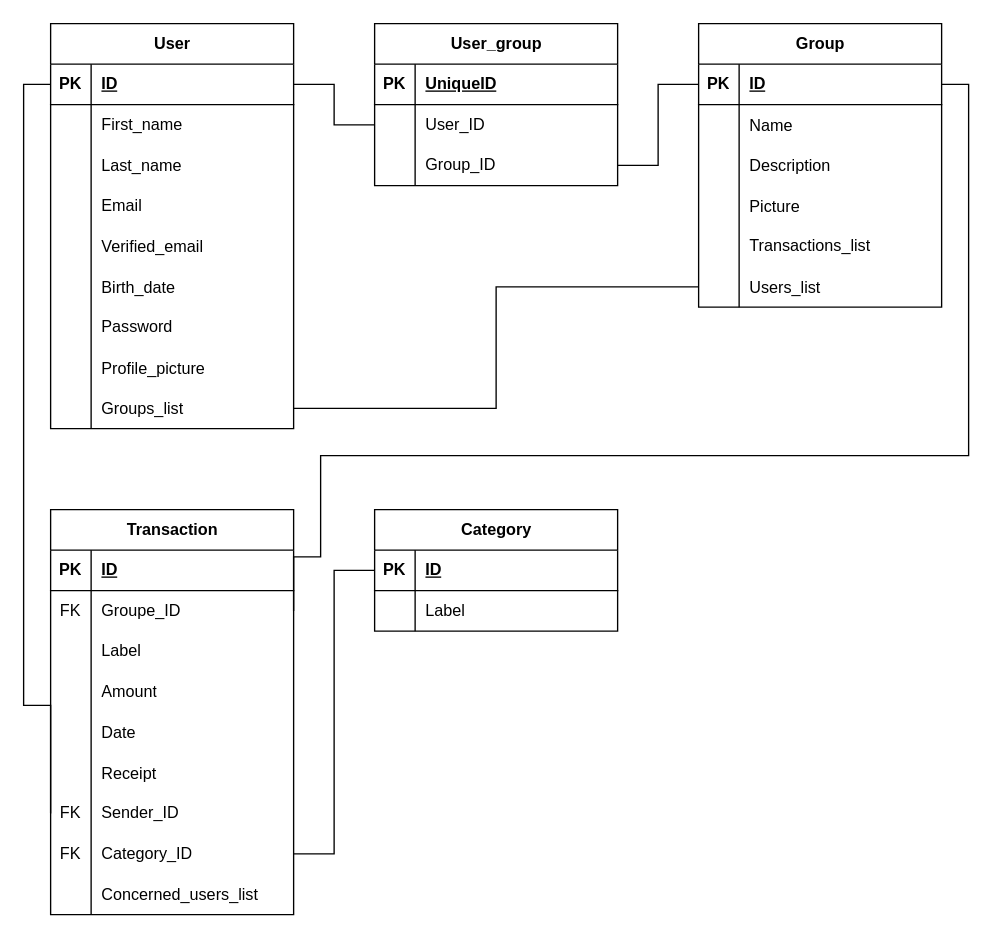
Earlier version of the draw.io diagram Non Code/Diagramme_BDD.drawio (Titan327/3PROJ). Source tidied: cells renumbered, new cells numbered last; positions are measured from the earlier drawing's top-left corner, leaving out a move shared by most shapes. Both pictures are drawn from the tidied source at 135%, with x=0, y=0 at pixel (23, 23).
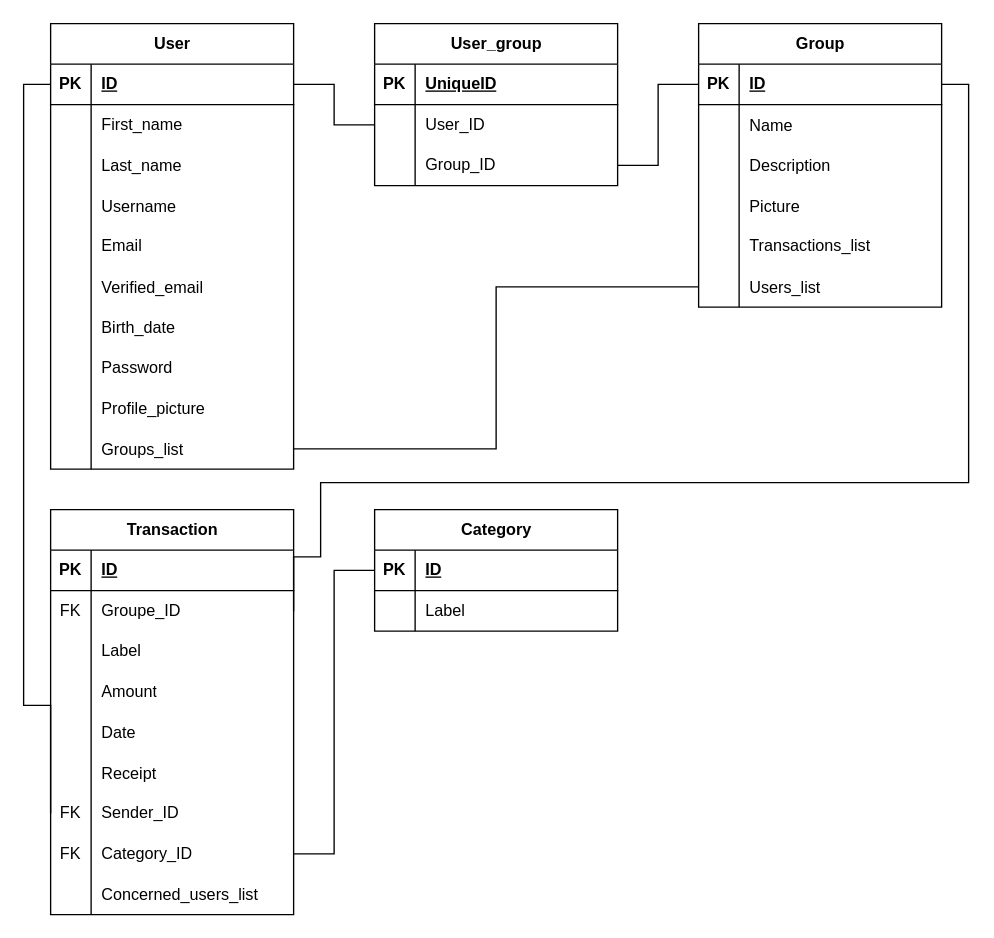
The same diagram, later.

Unchanged cells that the change refers to:
```xml
<mxCell id="31" style="shape=tableRow;horizontal=0;startSize=0;swimlaneHead=0;swimlaneBody=0;fillColor=none;points=[[0,0.5],[1,0.5]];portConstraint=eastwest;top=0;left=0;right=0;bottom=1;" parent="30" vertex="1">
  <mxGeometry y="30" width="180" height="30" as="geometry" />
</mxCell>
<mxCell id="53" style="shape=tableRow;horizontal=0;startSize=0;swimlaneHead=0;swimlaneBody=0;fillColor=none;points=[[0,0.5],[1,0.5]];portConstraint=eastwest;top=0;left=0;right=0;bottom=0;" parent="49" vertex="1">
  <mxGeometry y="60" width="180" height="30" as="geometry" />
</mxCell>
```

The edit, as a diff of the source:
```diff
@@
     <mxCell id="2" value="User" style="shape=table;startSize=30;childLayout=tableLayout;rowLines=0;fontStyle=1;align=center;html=1;" parent="1" vertex="1">
-      <mxGeometry x="20" width="180" height="300" as="geometry" />
+      <mxGeometry x="20" width="180" height="330" as="geometry" />
     </mxCell>
@@
+    <mxCell id="100" style="shape=tableRow;horizontal=0;startSize=0;swimlaneHead=0;swimlaneBody=0;fillColor=none;top=0;left=0;right=0;bottom=0;" parent="2" vertex="1">
+      <mxGeometry y="120" width="180" height="30" as="geometry" />
+    </mxCell>
+    <mxCell id="101" style="shape=partialRectangle;fillColor=none;top=0;left=0;bottom=0;right=0;overflow=hidden;" parent="100" vertex="1">
+      <mxGeometry width="30" height="30" as="geometry" />
+    </mxCell>
+    <mxCell id="102" value="Username" style="shape=partialRectangle;fillColor=none;top=0;left=0;bottom=0;right=0;align=left;spacingLeft=6;overflow=hidden;" parent="100" vertex="1">
+      <mxGeometry x="30" width="150" height="30" as="geometry" />
+    </mxCell>
     <mxCell id="12" style="shape=tableRow;horizontal=0;startSize=0;swimlaneHead=0;swimlaneBody=0;fillColor=none;top=0;left=0;right=0;bottom=0;" parent="2" vertex="1">
-      <mxGeometry y="120" width="180" height="30" as="geometry" />
+      <mxGeometry y="150" width="180" height="30" as="geometry" />
     </mxCell>
@@
     <mxCell id="15" style="shape=tableRow;horizontal=0;startSize=0;swimlaneHead=0;swimlaneBody=0;fillColor=none;top=0;left=0;right=0;bottom=0;" parent="2" vertex="1">
-      <mxGeometry y="150" width="180" height="30" as="geometry" />
+      <mxGeometry y="180" width="180" height="30" as="geometry" />
     </mxCell>
@@
     <mxCell id="18" style="shape=tableRow;horizontal=0;startSize=0;swimlaneHead=0;swimlaneBody=0;fillColor=none;top=0;left=0;right=0;bottom=0;" parent="2" vertex="1">
-      <mxGeometry y="180" width="180" height="30" as="geometry" />
+      <mxGeometry y="210" width="180" height="30" as="geometry" />
     </mxCell>
@@
     <mxCell id="21" style="shape=tableRow;horizontal=0;startSize=0;swimlaneHead=0;swimlaneBody=0;fillColor=none;top=0;left=0;right=0;bottom=0;" parent="2" vertex="1">
-      <mxGeometry y="210" width="180" height="30" as="geometry" />
+      <mxGeometry y="240" width="180" height="30" as="geometry" />
     </mxCell>
@@
     <mxCell id="24" style="shape=tableRow;horizontal=0;startSize=0;swimlaneHead=0;swimlaneBody=0;fillColor=none;top=0;left=0;right=0;bottom=0;" parent="2" vertex="1">
-      <mxGeometry y="240" width="180" height="30" as="geometry" />
+      <mxGeometry y="270" width="180" height="30" as="geometry" />
     </mxCell>
@@
     <mxCell id="27" style="shape=tableRow;horizontal=0;startSize=0;swimlaneHead=0;swimlaneBody=0;fillColor=none;points=[[0,0.5],[1,0.5]];portConstraint=eastwest;top=0;left=0;right=0;bottom=0;" parent="2" vertex="1">
-      <mxGeometry y="270" width="180" height="30" as="geometry" />
+      <mxGeometry y="300" width="180" height="30" as="geometry" />
     </mxCell>
@@
     <mxCell id="99" style="endArrow=none;html=1;rounded=0;exitX=1;exitY=0.5;exitDx=0;exitDy=0;entryX=1;entryY=0.5;entryDx=0;entryDy=0;edgeStyle=orthogonalEdgeStyle;" parent="1" edge="1" source="53" target="31">
       <mxGeometry relative="1" as="geometry">
         <Array as="points">
           <mxPoint x="200" y="395" />
           <mxPoint x="220" y="395" />
-          <mxPoint x="220" y="320" />
-          <mxPoint x="700" y="320" />
+          <mxPoint x="220" y="340" />
+          <mxPoint x="700" y="340" />
           <mxPoint x="700" y="45" />
         </Array>
       </mxGeometry>
     </mxCell>
```
